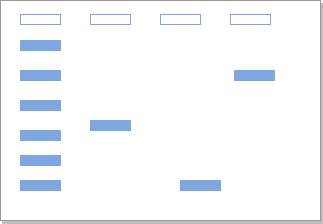
virtual-labs/exp-dna-agarose-gel-electrophoresis-iitkgp keeps this draw.io diagram as experiment/simulation/images/outputgel.png. Above is the earlier version. Source tidied: cells renumbered, new cells last; positions are measured from the earlier drawing's top-left corner, leaving out a move shared by most shapes.
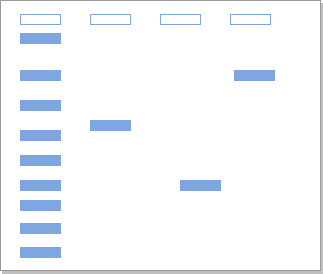
Above is the later version.

Diff of the diagram source:
```diff
@@ -3,7 +3,7 @@
     <mxCell id="0" />
     <mxCell id="1" parent="0" />
     <mxCell id="2" style="rounded=0;whiteSpace=wrap;html=1;strokeColor=#999999;glass=0;shadow=1;rotation=0;" parent="1" vertex="1">
-      <mxGeometry width="320" height="220" as="geometry" />
+      <mxGeometry width="320" height="270" as="geometry" />
     </mxCell>
     <mxCell id="3" style="rounded=0;whiteSpace=wrap;html=1;fillColor=#FFFFFF;strokeColor=#7EA6E0;" parent="1" vertex="1">
       <mxGeometry x="20" y="14" width="40" height="10" as="geometry" />
@@ -18,7 +18,7 @@
       <mxGeometry x="230" y="14" width="40" height="10" as="geometry" />
     </mxCell>
     <mxCell id="7" style="rounded=0;whiteSpace=wrap;html=1;fillColor=#7EA6E0;strokeColor=#7EA6E0;" parent="1" vertex="1">
-      <mxGeometry x="20" y="40" width="40" height="10" as="geometry" />
+      <mxGeometry x="20" y="33" width="40" height="10" as="geometry" />
     </mxCell>
     <mxCell id="8" style="rounded=0;whiteSpace=wrap;html=1;fillColor=#7EA6E0;strokeColor=#7EA6E0;" parent="1" vertex="1">
       <mxGeometry x="20" y="70" width="40" height="10" as="geometry" />
@@ -44,5 +44,14 @@
     <mxCell id="15" style="rounded=0;whiteSpace=wrap;html=1;fillColor=#7EA6E0;strokeColor=#7EA6E0;" parent="1" vertex="1">
       <mxGeometry x="234" y="70" width="40" height="10" as="geometry" />
     </mxCell>
+    <mxCell id="16" style="rounded=0;whiteSpace=wrap;html=1;fillColor=#7EA6E0;strokeColor=#7EA6E0;" parent="1" vertex="1">
+      <mxGeometry x="20" y="200" width="40" height="10" as="geometry" />
+    </mxCell>
+    <mxCell id="17" style="rounded=0;whiteSpace=wrap;html=1;fillColor=#7EA6E0;strokeColor=#7EA6E0;" parent="1" vertex="1">
+      <mxGeometry x="20" y="223" width="40" height="10" as="geometry" />
+    </mxCell>
+    <mxCell id="18" style="rounded=0;whiteSpace=wrap;html=1;fillColor=#7EA6E0;strokeColor=#7EA6E0;" parent="1" vertex="1">
+      <mxGeometry x="20" y="247" width="40" height="10" as="geometry" />
+    </mxCell>
   </root>
 </mxGraphModel>
```
